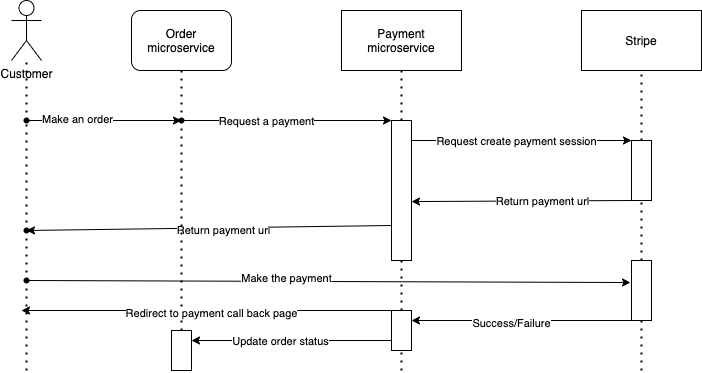
Before: flow.drawio.png, a diagram exported from draw.io (ltlkong/stripe-payment). Source tidied: cells renumbered, new cells last; positions are measured from the earlier drawing's top-left corner, leaving out a move shared by most shapes.
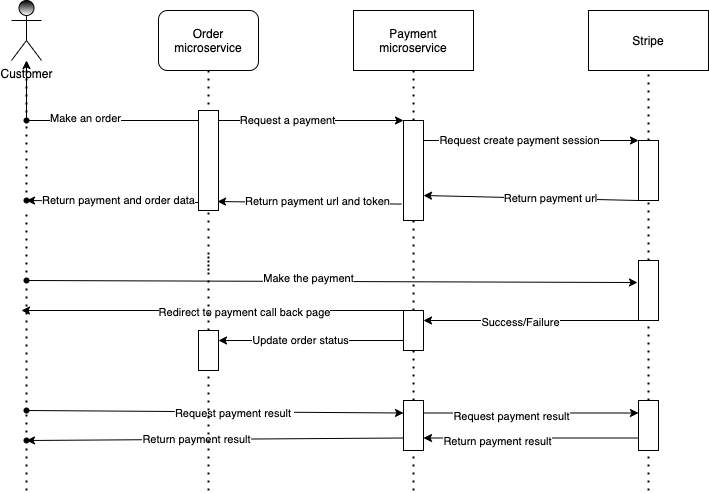
The same file after the commit.

The edit, as a diff of the source:
```diff
@@ -3,10 +3,10 @@
     <mxCell id="0" />
     <mxCell id="1" parent="0" />
     <mxCell id="2" value="Payment microservice" style="rounded=0;whiteSpace=wrap;html=1;" parent="1" vertex="1">
-      <mxGeometry x="335" y="10" width="120" height="60" as="geometry" />
+      <mxGeometry x="390" y="-30" width="120" height="60" as="geometry" />
     </mxCell>
     <mxCell id="3" value="Stripe" style="rounded=0;whiteSpace=wrap;html=1;" parent="1" vertex="1">
-      <mxGeometry x="575" y="10" width="120" height="60" as="geometry" />
+      <mxGeometry x="625" y="-30" width="120" height="60" as="geometry" />
     </mxCell>
     <mxCell id="4" style="endArrow=none;dashed=1;html=1;dashPattern=1 3;strokeWidth=2;entryX=0.5;entryY=1;entryDx=0;entryDy=0;startArrow=none;" parent="1" edge="1" source="11" target="2">
       <mxGeometry relative="1" as="geometry" />
@@ -15,24 +15,26 @@
       <mxGeometry relative="1" as="geometry" />
     </mxCell>
     <mxCell id="6" value="Order microservice" style="rounded=1;whiteSpace=wrap;html=1;" parent="1" vertex="1">
-      <mxGeometry x="125" y="10" width="100" height="60" as="geometry" />
+      <mxGeometry x="195" y="-30" width="100" height="60" as="geometry" />
     </mxCell>
     <mxCell id="7" style="edgeStyle=none;html=1;entryX=0;entryY=0;entryDx=0;entryDy=0;" parent="1" edge="1" target="21">
       <mxGeometry relative="1" as="geometry">
-        <mxPoint x="405" y="140" as="sourcePoint" />
+        <mxPoint x="448" y="100" as="sourcePoint" />
       </mxGeometry>
     </mxCell>
     <mxCell id="8" value="Request create payment session" style="edgeLabel;html=1;align=center;verticalAlign=middle;" parent="7" vertex="1">
       <mxGeometry x="-0.05" relative="1" as="geometry" />
     </mxCell>
-    <mxCell id="9" style="edgeStyle=none;html=1;exitX=0;exitY=0.75;exitDx=0;exitDy=0;entryX=0.625;entryY=0.5;entryDx=0;entryDy=0;entryPerimeter=0;" parent="1" edge="1" source="11" target="45">
+    <mxCell id="9" style="edgeStyle=none;html=1;exitX=-0.1;exitY=0.836;exitDx=0;exitDy=0;exitPerimeter=0;entryX=0.95;entryY=0.91;entryDx=0;entryDy=0;entryPerimeter=0;" parent="1" edge="1" source="11" target="67">
       <mxGeometry relative="1" as="geometry" />
     </mxCell>
-    <mxCell id="10" value="Return payment url" style="edgeLabel;html=1;align=center;verticalAlign=middle;" parent="9" vertex="1">
-      <mxGeometry x="-0.07" y="2" relative="1" as="geometry" />
+    <mxCell id="10" value="Return payment url and token" style="edgeLabel;html=1;align=center;verticalAlign=middle;" parent="9" vertex="1">
+      <mxGeometry x="-0.07" y="2" relative="1" as="geometry">
+        <mxPoint x="1" y="-4" as="offset" />
+      </mxGeometry>
     </mxCell>
     <mxCell id="11" style="rounded=0;whiteSpace=wrap;html=1;" parent="1" vertex="1">
-      <mxGeometry x="385" y="120" width="20" height="140" as="geometry" />
+      <mxGeometry x="440" y="80" width="20" height="100" as="geometry" />
     </mxCell>
     <mxCell id="12" style="endArrow=none;dashed=1;html=1;dashPattern=1 3;strokeWidth=2;entryX=0.5;entryY=1;entryDx=0;entryDy=0;startArrow=none;" parent="1" edge="1" source="41" target="11">
       <mxGeometry relative="1" as="geometry" />
@@ -46,33 +48,34 @@
     <mxCell id="15" value="Request a payment" style="edgeLabel;html=1;align=center;verticalAlign=middle;" parent="14" vertex="1">
       <mxGeometry x="-0.2" relative="1" as="geometry" />
     </mxCell>
-    <mxCell id="16" style="endArrow=none;dashed=1;html=1;dashPattern=1 3;strokeWidth=2;startArrow=none;" parent="1" edge="1" source="43">
+    <mxCell id="16" style="endArrow=none;dashed=1;html=1;dashPattern=1 3;strokeWidth=2;startArrow=none;" parent="1" edge="1">
       <mxGeometry relative="1" as="geometry">
-        <mxPoint x="175" y="120" as="targetPoint" />
+        <mxPoint x="245" y="230" as="sourcePoint" />
+        <mxPoint x="245" y="80" as="targetPoint" />
       </mxGeometry>
     </mxCell>
     <mxCell id="17" style="shape=waypoint;sketch=0;fillStyle=solid;size=6;points=[];fillColor=none;perimeter=centerPerimeter;snapToPoint=1;" parent="1" vertex="1">
-      <mxGeometry x="155" y="100" width="40" height="40" as="geometry" />
+      <mxGeometry x="225" y="60" width="40" height="40" as="geometry" />
     </mxCell>
     <mxCell id="18" style="edgeStyle=none;html=1;entryDx=0;entryDy=0;endArrow=none;" parent="1" edge="1" target="17">
       <mxGeometry relative="1" as="geometry">
-        <mxPoint x="175" y="120" as="sourcePoint" />
+        <mxPoint x="245" y="80" as="sourcePoint" />
       </mxGeometry>
     </mxCell>
-    <mxCell id="19" style="edgeStyle=none;html=1;exitX=0;exitY=1;exitDx=0;exitDy=0;entryX=1;entryY=0.579;entryDx=0;entryDy=0;entryPerimeter=0;" parent="1" edge="1" source="21" target="11">
+    <mxCell id="19" style="edgeStyle=none;html=1;exitX=0;exitY=1;exitDx=0;exitDy=0;entryX=1;entryY=0.75;entryDx=0;entryDy=0;" parent="1" edge="1" source="21" target="11">
       <mxGeometry relative="1" as="geometry" />
     </mxCell>
     <mxCell id="20" value="Return payment url" style="edgeLabel;html=1;align=center;verticalAlign=middle;" parent="19" vertex="1">
       <mxGeometry x="-0.18" relative="1" as="geometry" />
     </mxCell>
     <mxCell id="21" style="rounded=0;whiteSpace=wrap;html=1;" parent="1" vertex="1">
-      <mxGeometry x="625" y="140" width="20" height="60" as="geometry" />
+      <mxGeometry x="675" y="100" width="20" height="60" as="geometry" />
     </mxCell>
     <mxCell id="22" style="endArrow=none;dashed=1;html=1;dashPattern=1 3;strokeWidth=2;entryX=0.5;entryY=1;entryDx=0;entryDy=0;startArrow=none;" parent="1" edge="1" source="35" target="21">
       <mxGeometry relative="1" as="geometry" />
     </mxCell>
-    <mxCell id="23" value="Customer" style="shape=umlActor;verticalLabelPosition=bottom;verticalAlign=top;html=1;outlineConnect=0;" parent="1" vertex="1">
-      <mxGeometry x="5" width="30" height="60" as="geometry" />
+    <mxCell id="23" value="Customer" style="shape=umlActor;verticalLabelPosition=bottom;verticalAlign=top;html=1;outlineConnect=0;gradientColor=#ffffff;fillColor=#000000;" parent="1" vertex="1">
+      <mxGeometry x="48" y="-40" width="30" height="60" as="geometry" />
     </mxCell>
     <mxCell id="24" style="endArrow=none;dashed=1;html=1;dashPattern=1 3;strokeWidth=2;startArrow=none;" parent="1" edge="1" source="27" target="23">
       <mxGeometry relative="1" as="geometry" />
@@ -85,8 +88,11 @@
         <mxPoint x="-1" as="offset" />
       </mxGeometry>
     </mxCell>
+    <mxCell id="47" style="edgeStyle=none;html=1;" parent="1" edge="1" source="27" target="23">
+      <mxGeometry relative="1" as="geometry" />
+    </mxCell>
     <mxCell id="27" style="shape=waypoint;sketch=0;fillStyle=solid;size=6;points=[];fillColor=none;perimeter=centerPerimeter;snapToPoint=1;" parent="1" vertex="1">
-      <mxGeometry y="100" width="40" height="40" as="geometry" />
+      <mxGeometry x="43" y="60" width="40" height="40" as="geometry" />
     </mxCell>
     <mxCell id="28" style="endArrow=none;dashed=1;html=1;dashPattern=1 3;strokeWidth=2;startArrow=none;" parent="1" edge="1" source="45" target="27">
       <mxGeometry relative="1" as="geometry" />
@@ -95,15 +101,15 @@
       <mxGeometry relative="1" as="geometry" />
     </mxCell>
     <mxCell id="30" value="Make the payment" style="edgeLabel;html=1;align=center;verticalAlign=middle;" parent="29" vertex="1">
-      <mxGeometry x="-0.14" y="3" relative="1" as="geometry" />
+      <mxGeometry x="-0.14" y="3" relative="1" as="geometry">
+        <mxPoint x="20" as="offset" />
+      </mxGeometry>
     </mxCell>
     <mxCell id="31" style="shape=waypoint;sketch=0;fillStyle=solid;size=6;points=[];fillColor=none;perimeter=centerPerimeter;snapToPoint=1;" parent="1" vertex="1">
-      <mxGeometry y="260" width="40" height="40" as="geometry" />
+      <mxGeometry x="43" y="220" width="40" height="40" as="geometry" />
     </mxCell>
-    <mxCell id="32" style="endArrow=none;dashed=1;html=1;dashPattern=1 3;strokeWidth=2;entryX=0.475;entryY=0.35;entryDx=0;entryDy=0;entryPerimeter=0;" parent="1" edge="1" target="31">
-      <mxGeometry relative="1" as="geometry">
-        <mxPoint x="20" y="370" as="sourcePoint" />
-      </mxGeometry>
+    <mxCell id="32" style="endArrow=none;dashed=1;html=1;dashPattern=1 3;strokeWidth=2;entryX=0.475;entryY=0.35;entryDx=0;entryDy=0;entryPerimeter=0;startArrow=none;" parent="1" edge="1" source="50" target="31">
+      <mxGeometry relative="1" as="geometry" />
     </mxCell>
     <mxCell id="33" style="edgeStyle=none;html=1;exitX=0;exitY=1;exitDx=0;exitDy=0;entryX=1;entryY=0.25;entryDx=0;entryDy=0;" parent="1" edge="1" source="35" target="41">
       <mxGeometry relative="1" as="geometry" />
@@ -112,12 +118,10 @@
       <mxGeometry x="0.1" y="2" relative="1" as="geometry" />
     </mxCell>
     <mxCell id="35" style="rounded=0;whiteSpace=wrap;html=1;" parent="1" vertex="1">
-      <mxGeometry x="625" y="260" width="20" height="60" as="geometry" />
+      <mxGeometry x="675" y="220" width="20" height="60" as="geometry" />
     </mxCell>
-    <mxCell id="36" style="endArrow=none;dashed=1;html=1;dashPattern=1 3;strokeWidth=2;entryX=0.5;entryY=1;entryDx=0;entryDy=0;" parent="1" edge="1" target="35">
-      <mxGeometry relative="1" as="geometry">
-        <mxPoint x="635" y="370" as="sourcePoint" />
-      </mxGeometry>
+    <mxCell id="36" style="endArrow=none;dashed=1;html=1;dashPattern=1 3;strokeWidth=2;entryX=0.5;entryY=1;entryDx=0;entryDy=0;startArrow=none;" parent="1" edge="1" source="62" target="35">
+      <mxGeometry relative="1" as="geometry" />
     </mxCell>
     <mxCell id="37" style="edgeStyle=none;html=1;exitX=0;exitY=0.75;exitDx=0;exitDy=0;entryX=1;entryY=0.25;entryDx=0;entryDy=0;" parent="1" edge="1" source="41" target="43">
       <mxGeometry relative="1" as="geometry" />
@@ -127,33 +131,114 @@
     </mxCell>
     <mxCell id="39" style="edgeStyle=none;html=1;exitX=0;exitY=0;exitDx=0;exitDy=0;" parent="1" edge="1" source="41">
       <mxGeometry relative="1" as="geometry">
-        <mxPoint x="15" y="310" as="targetPoint" />
+        <mxPoint x="58" y="270" as="targetPoint" />
       </mxGeometry>
     </mxCell>
     <mxCell id="40" value="Redirect to payment call back page" style="edgeLabel;html=1;align=center;verticalAlign=middle;" parent="39" vertex="1">
-      <mxGeometry x="-0.02" y="2" relative="1" as="geometry" />
+      <mxGeometry x="-0.02" y="2" relative="1" as="geometry">
+        <mxPoint x="27" as="offset" />
+      </mxGeometry>
     </mxCell>
     <mxCell id="41" style="rounded=0;whiteSpace=wrap;html=1;" parent="1" vertex="1">
-      <mxGeometry x="385" y="310" width="20" height="40" as="geometry" />
+      <mxGeometry x="440" y="270" width="20" height="40" as="geometry" />
     </mxCell>
-    <mxCell id="42" style="endArrow=none;dashed=1;html=1;dashPattern=1 3;strokeWidth=2;entryX=0.5;entryY=1;entryDx=0;entryDy=0;" parent="1" edge="1" target="41">
-      <mxGeometry relative="1" as="geometry">
-        <mxPoint x="395" y="370" as="sourcePoint" />
-      </mxGeometry>
+    <mxCell id="42" style="endArrow=none;dashed=1;html=1;dashPattern=1 3;strokeWidth=2;entryX=0.5;entryY=1;entryDx=0;entryDy=0;startArrow=none;" parent="1" edge="1" source="56" target="41">
+      <mxGeometry relative="1" as="geometry" />
     </mxCell>
-    <mxCell id="43" style="rounded=0;whiteSpace=wrap;html=1;" parent="1" vertex="1">
-      <mxGeometry x="165" y="330" width="20" height="40" as="geometry" />
-    </mxCell>
     <mxCell id="44" style="endArrow=none;dashed=1;html=1;dashPattern=1 3;strokeWidth=2;" parent="1" edge="1" target="43">
       <mxGeometry relative="1" as="geometry">
-        <mxPoint x="175" y="370" as="sourcePoint" />
+        <mxPoint x="245" y="330" as="sourcePoint" />
       </mxGeometry>
     </mxCell>
     <mxCell id="45" style="shape=waypoint;sketch=0;fillStyle=solid;size=6;points=[];fillColor=none;perimeter=centerPerimeter;snapToPoint=1;" parent="1" vertex="1">
-      <mxGeometry y="210" width="40" height="40" as="geometry" />
+      <mxGeometry x="43" y="140" width="40" height="40" as="geometry" />
     </mxCell>
-    <mxCell id="46" style="endArrow=none;dashed=1;html=1;dashPattern=1 3;strokeWidth=2;startArrow=none;" parent="1" edge="1" source="31" target="45">
-      <mxGeometry relative="1" as="geometry" />
+    <mxCell id="46" style="endArrow=none;dashed=1;html=1;dashPattern=1 3;strokeWidth=2;startArrow=none;" parent="1" edge="1" source="31">
+      <mxGeometry relative="1" as="geometry">
+        <mxPoint x="63" y="170" as="targetPoint" />
+      </mxGeometry>
     </mxCell>
+    <mxCell id="48" style="edgeStyle=none;html=1;entryX=0;entryY=0.25;entryDx=0;entryDy=0;" parent="1" edge="1" source="50" target="56">
+      <mxGeometry relative="1" as="geometry" />
+    </mxCell>
+    <mxCell id="49" value="Request payment result&amp;nbsp;" style="edgeLabel;html=1;align=center;verticalAlign=middle;" parent="48" vertex="1">
+      <mxGeometry x="-0.05" y="-1" relative="1" as="geometry">
+        <mxPoint x="28" as="offset" />
+      </mxGeometry>
+    </mxCell>
+    <mxCell id="50" style="shape=waypoint;sketch=0;fillStyle=solid;size=6;points=[];fillColor=none;perimeter=centerPerimeter;snapToPoint=1;" parent="1" vertex="1">
+      <mxGeometry x="43" y="350" width="40" height="40" as="geometry" />
+    </mxCell>
+    <mxCell id="51" style="endArrow=none;dashed=1;html=1;dashPattern=1 3;strokeWidth=2;startArrow=none;" parent="1" edge="1" source="58">
+      <mxGeometry relative="1" as="geometry">
+        <mxPoint x="63" y="370" as="targetPoint" />
+      </mxGeometry>
+    </mxCell>
+    <mxCell id="52" style="edgeStyle=none;html=1;exitX=0;exitY=0.75;exitDx=0;exitDy=0;entryX=0.65;entryY=0.475;entryDx=0;entryDy=0;entryPerimeter=0;" parent="1" edge="1" source="56" target="58">
+      <mxGeometry relative="1" as="geometry" />
+    </mxCell>
+    <mxCell id="53" value="Return payment result" style="edgeLabel;html=1;align=center;verticalAlign=middle;" parent="52" vertex="1">
+      <mxGeometry x="0.24" y="-1" relative="1" as="geometry">
+        <mxPoint x="27" as="offset" />
+      </mxGeometry>
+    </mxCell>
+    <mxCell id="54" style="edgeStyle=none;html=1;exitX=1;exitY=0.25;exitDx=0;exitDy=0;entryX=0;entryY=0.25;entryDx=0;entryDy=0;" parent="1" edge="1" source="56" target="62">
+      <mxGeometry relative="1" as="geometry" />
+    </mxCell>
+    <mxCell id="55" value="Request payment result" style="edgeLabel;html=1;align=center;verticalAlign=middle;" parent="54" vertex="1">
+      <mxGeometry x="-0.19" y="-2" relative="1" as="geometry">
+        <mxPoint y="1" as="offset" />
+      </mxGeometry>
+    </mxCell>
+    <mxCell id="56" style="rounded=0;whiteSpace=wrap;html=1;" parent="1" vertex="1">
+      <mxGeometry x="440" y="360" width="20" height="50" as="geometry" />
+    </mxCell>
+    <mxCell id="57" style="endArrow=none;dashed=1;html=1;dashPattern=1 3;strokeWidth=2;entryX=0.5;entryY=1;entryDx=0;entryDy=0;" parent="1" edge="1" target="56">
+      <mxGeometry relative="1" as="geometry">
+        <mxPoint x="450" y="450" as="sourcePoint" />
+      </mxGeometry>
+    </mxCell>
+    <mxCell id="58" style="shape=waypoint;sketch=0;fillStyle=solid;size=6;points=[];fillColor=none;perimeter=centerPerimeter;snapToPoint=1;" parent="1" vertex="1">
+      <mxGeometry x="43" y="380" width="40" height="40" as="geometry" />
+    </mxCell>
+    <mxCell id="59" style="endArrow=none;dashed=1;html=1;dashPattern=1 3;strokeWidth=2;entryDx=0;entryDy=0;entryPerimeter=0;" parent="1" edge="1" target="58">
+      <mxGeometry relative="1" as="geometry">
+        <mxPoint x="63" y="450" as="sourcePoint" />
+      </mxGeometry>
+    </mxCell>
+    <mxCell id="60" style="edgeStyle=none;html=1;exitX=0;exitY=0.75;exitDx=0;exitDy=0;entryX=1;entryY=0.75;entryDx=0;entryDy=0;" parent="1" edge="1" source="62" target="56">
+      <mxGeometry relative="1" as="geometry" />
+    </mxCell>
+    <mxCell id="61" value="Return payment result" style="edgeLabel;html=1;align=center;verticalAlign=middle;" parent="60" vertex="1">
+      <mxGeometry x="0.32" y="3" relative="1" as="geometry" />
+    </mxCell>
+    <mxCell id="62" style="rounded=0;whiteSpace=wrap;html=1;" parent="1" vertex="1">
+      <mxGeometry x="675" y="360" width="20" height="50" as="geometry" />
+    </mxCell>
+    <mxCell id="63" style="endArrow=none;dashed=1;html=1;dashPattern=1 3;strokeWidth=2;entryX=0.5;entryY=1;entryDx=0;entryDy=0;" parent="1" edge="1" target="62">
+      <mxGeometry relative="1" as="geometry">
+        <mxPoint x="685" y="450" as="sourcePoint" />
+      </mxGeometry>
+    </mxCell>
+    <mxCell id="64" style="endArrow=none;dashed=1;html=1;dashPattern=1 3;strokeWidth=2;startArrow=none;" parent="1" edge="1">
+      <mxGeometry relative="1" as="geometry">
+        <mxPoint x="245" y="450" as="sourcePoint" />
+        <mxPoint x="245" y="210" as="targetPoint" />
+      </mxGeometry>
+    </mxCell>
+    <mxCell id="43" style="rounded=0;whiteSpace=wrap;html=1;" parent="1" vertex="1">
+      <mxGeometry x="235" y="290" width="20" height="40" as="geometry" />
+    </mxCell>
+    <mxCell id="65" style="edgeStyle=none;html=1;exitX=0;exitY=0.92;exitDx=0;exitDy=0;exitPerimeter=0;entryX=0.375;entryY=0.625;entryDx=0;entryDy=0;entryPerimeter=0;" parent="1" edge="1" source="67" target="45">
+      <mxGeometry relative="1" as="geometry" />
+    </mxCell>
+    <mxCell id="66" value="Return payment and order data" style="edgeLabel;html=1;align=center;verticalAlign=middle;" parent="65" vertex="1">
+      <mxGeometry x="0.23" y="4" relative="1" as="geometry">
+        <mxPoint x="26" y="-5" as="offset" />
+      </mxGeometry>
+    </mxCell>
+    <mxCell id="67" style="rounded=0;whiteSpace=wrap;html=1;" parent="1" vertex="1">
+      <mxGeometry x="235" y="70" width="20" height="100" as="geometry" />
+    </mxCell>
   </root>
 </mxGraphModel>
```
